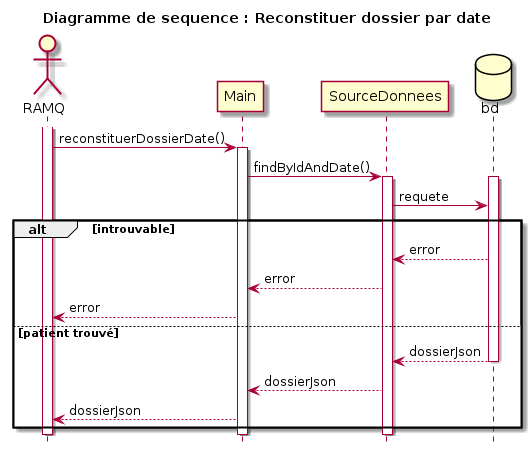
Above: models/Diagramme_Sequences/Reconstruire_dossier_date/dossierDate_code.png in fethiuqam/INF5153-Projet-Session (PlantUML), before the change.
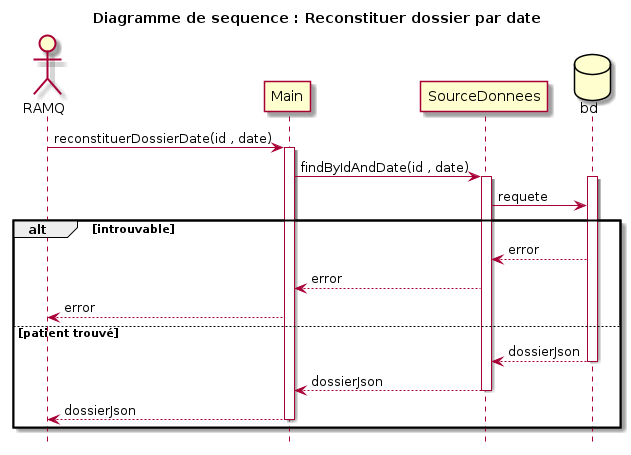
Later version of the same file.

Diff of the diagram source:
```diff
@@ -2,11 +2,11 @@
 title Diagramme de sequence : Reconstituer dossier par date
 hide footbox
 Actor "RAMQ" as ramq
-activate ramq
+
 hide footbox
-ramq -> Main: reconstituerDossierDate()
+ramq -> Main: reconstituerDossierDate(id , date)
 activate Main
-Main -> SourceDonnees: findByIdAndDate()
+Main -> SourceDonnees: findByIdAndDate(id , date)
 activate SourceDonnees
 database Bd as "bd"
 activate Bd
@@ -19,12 +19,12 @@
 Bd --> SourceDonnees: dossierJson
 deactivate Bd
 SourceDonnees --> Main: dossierJson
-deactivate Bd
+deactivate SourceDonnees
 Main --> ramq: dossierJson
+deactivate Main
 end
-deactivate SourceDonnees
 
-deactivate Main
-deactivate ramq
+
+
 
 @enduml
```
